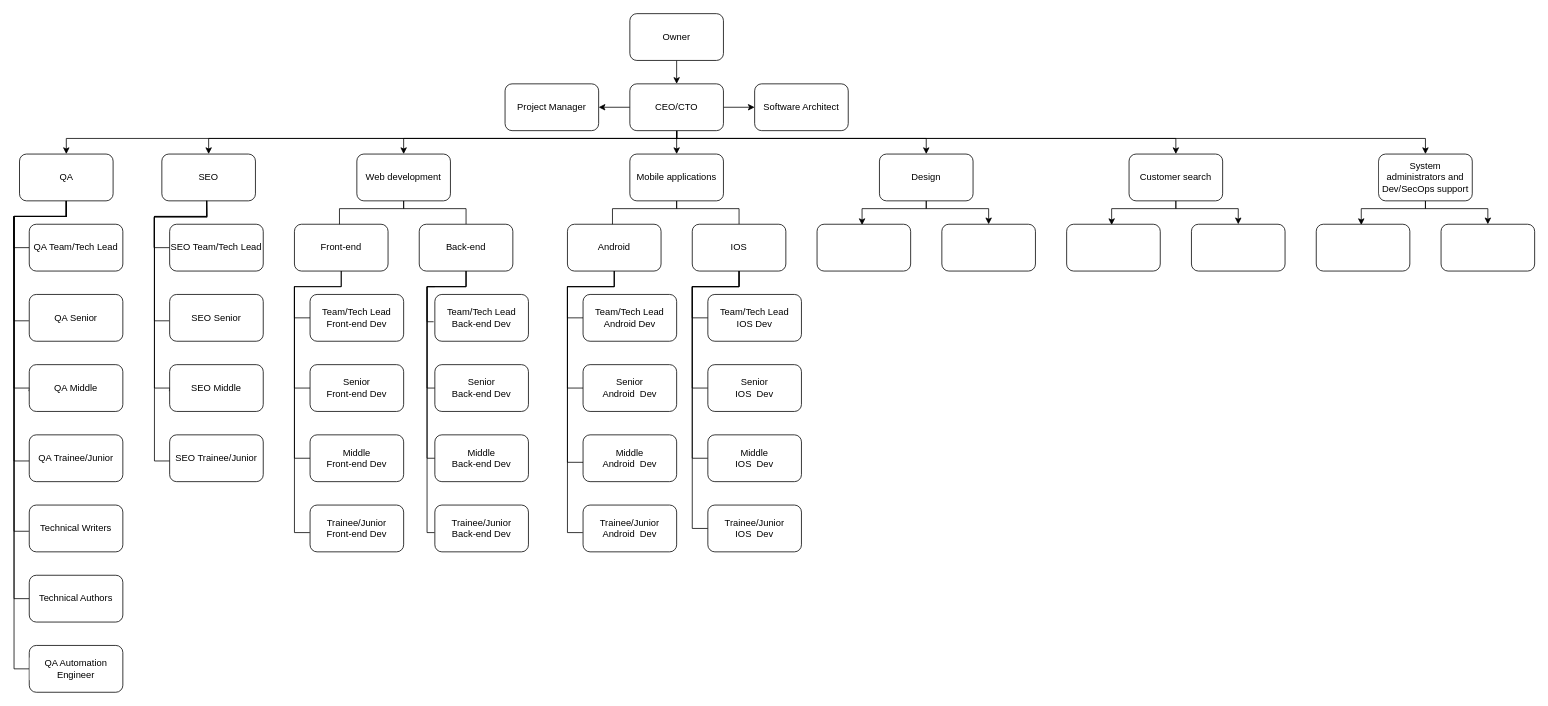
Above: StructurITCompany/LW4.drawio in Kostya217/SoftSkillsLaboratoryWork4 (draw.io), before the change. Source tidied: cells renumbered, new cells numbered last; positions are measured from the earlier drawing's top-left corner, leaving out a move shared by most shapes. Both pictures are drawn from the tidied source at 78%, with x=0, y=0 at pixel (13, 13).
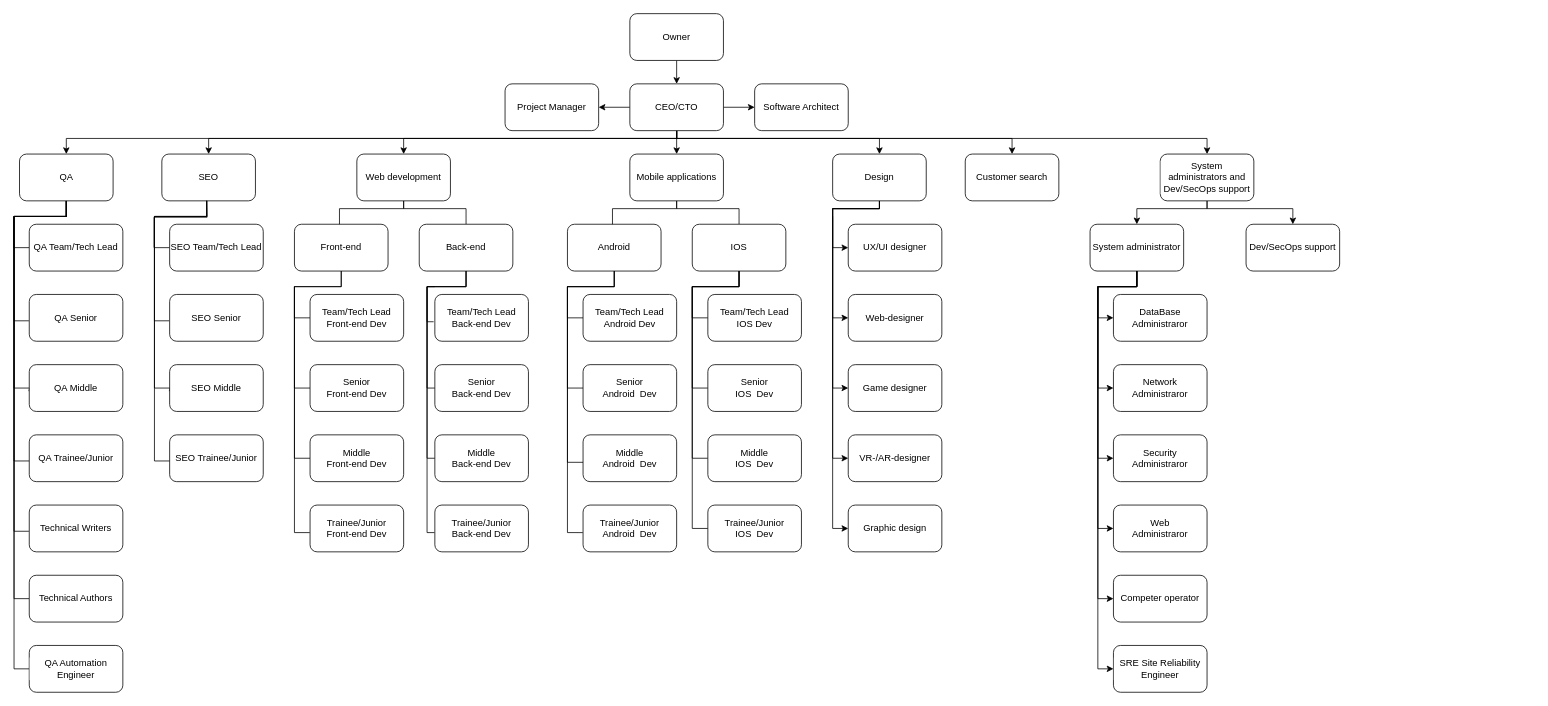
After the change.

Unchanged cells that the change refers to:
```xml
<mxCell id="13" value="CEO/CTO" style="rounded=1;whiteSpace=wrap;html=1;fillColor=default;strokeColor=default;fontColor=default;" parent="1" vertex="1">
  <mxGeometry x="790" y="90" width="120" height="60" as="geometry" />
</mxCell>
```

Diff of the diagram source:
```diff
@@
-    <mxCell id="6" style="edgeStyle=orthogonalEdgeStyle;rounded=0;jettySize=auto;html=1;labelBackgroundColor=default;fontColor=default;strokeColor=default;" parent="1" edge="1" source="13" target="37">
+    <mxCell id="6" style="edgeStyle=orthogonalEdgeStyle;rounded=0;jettySize=auto;html=1;labelBackgroundColor=default;fontColor=default;strokeColor=default;entryX=0.5;entryY=0;entryDx=0;entryDy=0;" parent="1" edge="1" source="13" target="37">
       <mxGeometry relative="1" as="geometry">
         <Array as="points">
           <mxPoint x="850" y="160" />
-          <mxPoint x="1170" y="160" />
+          <mxPoint x="1110" y="160" />
         </Array>
       </mxGeometry>
     </mxCell>
@@
     <mxCell id="8" style="edgeStyle=orthogonalEdgeStyle;rounded=0;jettySize=auto;html=1;entryX=0.5;entryY=0;entryDx=0;entryDy=0;labelBackgroundColor=default;fontColor=default;strokeColor=default;" parent="1" edge="1" source="13" target="43">
       <mxGeometry relative="1" as="geometry">
         <Array as="points">
           <mxPoint x="850" y="160" />
-          <mxPoint x="1490" y="160" />
+          <mxPoint x="1280" y="160" />
         </Array>
       </mxGeometry>
     </mxCell>
     <mxCell id="9" style="edgeStyle=orthogonalEdgeStyle;rounded=0;jettySize=auto;html=1;entryX=0.5;entryY=0;entryDx=0;entryDy=0;labelBackgroundColor=default;fontColor=default;strokeColor=default;" parent="1" edge="1" source="13" target="48">
       <mxGeometry relative="1" as="geometry">
         <Array as="points">
           <mxPoint x="850" y="160" />
-          <mxPoint x="1810" y="160" />
+          <mxPoint x="1530" y="160" />
         </Array>
       </mxGeometry>
     </mxCell>
@@
-    <mxCell id="35" style="edgeStyle=orthogonalEdgeStyle;rounded=0;jettySize=auto;html=1;exitX=0.5;exitY=1;exitDx=0;exitDy=0;entryX=0.481;entryY=0.017;entryDx=0;entryDy=0;entryPerimeter=0;fontColor=default;strokeColor=default;labelBackgroundColor=default;" parent="1" edge="1" source="37" target="38">
+    <mxCell id="35" style="edgeStyle=orthogonalEdgeStyle;rounded=0;jettySize=auto;html=1;exitX=0.5;exitY=1;exitDx=0;exitDy=0;entryX=0;entryY=0.5;entryDx=0;entryDy=0;fontColor=default;strokeColor=default;labelBackgroundColor=default;" parent="1" edge="1" source="37" target="38">
       <mxGeometry relative="1" as="geometry">
         <Array as="points">
-          <mxPoint x="1170" y="250" />
-          <mxPoint x="1088" y="250" />
+          <mxPoint x="1110" y="250" />
+          <mxPoint x="1050" y="250" />
+          <mxPoint x="1050" y="300" />
         </Array>
       </mxGeometry>
     </mxCell>
-    <mxCell id="36" style="edgeStyle=orthogonalEdgeStyle;rounded=0;jettySize=auto;html=1;entryX=0.5;entryY=0;entryDx=0;entryDy=0;labelBackgroundColor=default;fontColor=default;strokeColor=default;" parent="1" edge="1" source="37" target="39">
+    <mxCell id="36" style="edgeStyle=orthogonalEdgeStyle;rounded=0;jettySize=auto;html=1;entryX=0;entryY=0.5;entryDx=0;entryDy=0;labelBackgroundColor=default;fontFamily=Helvetica;fontSize=12;fontColor=default;endArrow=classic;endFill=1;strokeColor=default;strokeWidth=1;fillColor=default;" parent="1" edge="1" source="37" target="39">
       <mxGeometry relative="1" as="geometry">
         <Array as="points">
-          <mxPoint x="1170" y="250" />
-          <mxPoint x="1250" y="250" />
+          <mxPoint x="1110" y="250" />
+          <mxPoint x="1050" y="250" />
+          <mxPoint x="1050" y="390" />
         </Array>
       </mxGeometry>
     </mxCell>
+    <mxCell id="97" style="edgeStyle=orthogonalEdgeStyle;rounded=0;jettySize=auto;html=1;entryX=0;entryY=0.5;entryDx=0;entryDy=0;labelBackgroundColor=default;fontFamily=Helvetica;fontSize=12;fontColor=default;endArrow=classic;endFill=1;strokeColor=default;strokeWidth=1;fillColor=default;" parent="1" edge="1" target="107">
+      <mxGeometry relative="1" as="geometry">
+        <mxPoint x="1050" y="260" as="sourcePoint" />
+        <Array as="points">
+          <mxPoint x="1050" y="480" />
+        </Array>
+      </mxGeometry>
+    </mxCell>
+    <mxCell id="98" style="edgeStyle=orthogonalEdgeStyle;rounded=0;jettySize=auto;html=1;entryX=0;entryY=0.5;entryDx=0;entryDy=0;labelBackgroundColor=default;fontFamily=Helvetica;fontSize=12;fontColor=default;endArrow=classic;endFill=1;strokeColor=default;strokeWidth=1;fillColor=default;" parent="1" edge="1" source="37" target="108">
+      <mxGeometry relative="1" as="geometry">
+        <Array as="points">
+          <mxPoint x="1110" y="250" />
+          <mxPoint x="1050" y="250" />
+          <mxPoint x="1050" y="570" />
+        </Array>
+      </mxGeometry>
+    </mxCell>
+    <mxCell id="99" style="edgeStyle=orthogonalEdgeStyle;rounded=0;jettySize=auto;html=1;entryX=0;entryY=0.5;entryDx=0;entryDy=0;labelBackgroundColor=default;fontFamily=Helvetica;fontSize=12;fontColor=default;endArrow=classic;endFill=1;strokeColor=default;strokeWidth=1;fillColor=default;" parent="1" edge="1" source="37" target="109">
+      <mxGeometry relative="1" as="geometry">
+        <Array as="points">
+          <mxPoint x="1110" y="250" />
+          <mxPoint x="1050" y="250" />
+          <mxPoint x="1050" y="660" />
+        </Array>
+      </mxGeometry>
+    </mxCell>
     <mxCell id="37" value="Design" style="rounded=1;whiteSpace=wrap;html=1;fontColor=default;strokeColor=default;fillColor=default;labelBackgroundColor=default;" parent="1" vertex="1">
-      <mxGeometry x="1110" y="180" width="120" height="60" as="geometry" />
+      <mxGeometry x="1050" y="180" width="120" height="60" as="geometry" />
     </mxCell>
-    <mxCell id="38" style="rounded=1;whiteSpace=wrap;html=1;fontColor=default;strokeColor=default;fillColor=default;labelBackgroundColor=default;" parent="1" vertex="1">
-      <mxGeometry x="1030" y="270" width="120" height="60" as="geometry" />
+    <mxCell id="38" value="UX/UI designer" style="rounded=1;whiteSpace=wrap;html=1;fontColor=default;strokeColor=default;fillColor=default;labelBackgroundColor=default;" parent="1" vertex="1">
+      <mxGeometry x="1070" y="270" width="120" height="60" as="geometry" />
     </mxCell>
-    <mxCell id="39" style="rounded=1;whiteSpace=wrap;html=1;fontColor=default;strokeColor=default;fillColor=default;labelBackgroundColor=default;" parent="1" vertex="1">
-      <mxGeometry x="1190" y="270" width="120" height="60" as="geometry" />
+    <mxCell id="39" value="Web-designer" style="rounded=1;whiteSpace=wrap;html=1;fontColor=default;strokeColor=default;fillColor=default;labelBackgroundColor=default;" parent="1" vertex="1">
+      <mxGeometry x="1070" y="360" width="120" height="60" as="geometry" />
     </mxCell>
@@
-    <mxCell id="41" style="edgeStyle=orthogonalEdgeStyle;rounded=0;jettySize=auto;html=1;exitX=0.5;exitY=1;exitDx=0;exitDy=0;entryX=0.481;entryY=0.017;entryDx=0;entryDy=0;entryPerimeter=0;fontColor=default;strokeColor=default;labelBackgroundColor=default;" parent="1" edge="1" source="43" target="44">
-      <mxGeometry relative="1" as="geometry">
-        <Array as="points">
-          <mxPoint x="1490" y="250" />
-          <mxPoint x="1408" y="250" />
-        </Array>
-      </mxGeometry>
-    </mxCell>
-    <mxCell id="42" style="edgeStyle=orthogonalEdgeStyle;rounded=0;jettySize=auto;html=1;entryX=0.5;entryY=0;entryDx=0;entryDy=0;labelBackgroundColor=default;fontColor=default;strokeColor=default;" parent="1" edge="1" source="43" target="45">
-      <mxGeometry relative="1" as="geometry">
-        <Array as="points">
-          <mxPoint x="1490" y="250" />
-          <mxPoint x="1570" y="250" />
-        </Array>
-      </mxGeometry>
-    </mxCell>
     <mxCell id="43" value="Customer search" style="rounded=1;whiteSpace=wrap;html=1;fontColor=default;strokeColor=default;fillColor=default;labelBackgroundColor=default;" parent="1" vertex="1">
-      <mxGeometry x="1430" y="180" width="120" height="60" as="geometry" />
+      <mxGeometry x="1220" y="180" width="120" height="60" as="geometry" />
     </mxCell>
-    <mxCell id="44" style="rounded=1;whiteSpace=wrap;html=1;fontColor=default;strokeColor=default;fillColor=default;labelBackgroundColor=default;" parent="1" vertex="1">
-      <mxGeometry x="1350" y="270" width="120" height="60" as="geometry" />
-    </mxCell>
-    <mxCell id="45" style="rounded=1;whiteSpace=wrap;html=1;fontColor=default;strokeColor=default;fillColor=default;labelBackgroundColor=default;" parent="1" vertex="1">
-      <mxGeometry x="1510" y="270" width="120" height="60" as="geometry" />
-    </mxCell>
-    <mxCell id="46" style="edgeStyle=orthogonalEdgeStyle;rounded=0;jettySize=auto;html=1;exitX=0.5;exitY=1;exitDx=0;exitDy=0;entryX=0.481;entryY=0.017;entryDx=0;entryDy=0;entryPerimeter=0;fontColor=default;strokeColor=default;labelBackgroundColor=default;" parent="1" edge="1" source="48" target="49">
-      <mxGeometry relative="1" as="geometry">
-        <Array as="points">
-          <mxPoint x="1810" y="250" />
-          <mxPoint x="1728" y="250" />
-        </Array>
-      </mxGeometry>
-    </mxCell>
     <mxCell id="47" style="edgeStyle=orthogonalEdgeStyle;rounded=0;jettySize=auto;html=1;entryX=0.5;entryY=0;entryDx=0;entryDy=0;labelBackgroundColor=default;fontColor=default;strokeColor=default;" parent="1" edge="1" source="48" target="50">
       <mxGeometry relative="1" as="geometry">
         <Array as="points">
-          <mxPoint x="1810" y="250" />
-          <mxPoint x="1890" y="250" />
+          <mxPoint x="1530" y="250" />
+          <mxPoint x="1440" y="250" />
         </Array>
       </mxGeometry>
     </mxCell>
+    <mxCell id="100" style="edgeStyle=orthogonalEdgeStyle;rounded=0;jettySize=auto;html=1;entryX=0.5;entryY=0;entryDx=0;entryDy=0;labelBackgroundColor=default;fontFamily=Helvetica;fontSize=12;fontColor=default;endArrow=classic;endFill=1;strokeColor=default;strokeWidth=1;fillColor=default;" parent="1" edge="1" source="48" target="115">
+      <mxGeometry relative="1" as="geometry">
+        <Array as="points">
+          <mxPoint x="1530" y="250" />
+          <mxPoint x="1640" y="250" />
+        </Array>
+      </mxGeometry>
+    </mxCell>
     <mxCell id="48" value="System administrators and Dev/SecOps support" style="rounded=1;whiteSpace=wrap;html=1;fontColor=default;strokeColor=default;fillColor=default;labelBackgroundColor=default;" parent="1" vertex="1">
-      <mxGeometry x="1750" y="180" width="120" height="60" as="geometry" />
+      <mxGeometry x="1470" y="180" width="120" height="60" as="geometry" />
     </mxCell>
-    <mxCell id="49" style="rounded=1;whiteSpace=wrap;html=1;fontColor=default;strokeColor=default;fillColor=default;labelBackgroundColor=default;" parent="1" vertex="1">
-      <mxGeometry x="1670" y="270" width="120" height="60" as="geometry" />
+    <mxCell id="49" value="DataBase&lt;br&gt;Administraror" style="rounded=1;whiteSpace=wrap;html=1;fontColor=default;strokeColor=default;fillColor=default;labelBackgroundColor=default;" parent="1" vertex="1">
+      <mxGeometry x="1410" y="360" width="120" height="60" as="geometry" />
     </mxCell>
+    <mxCell id="101" style="edgeStyle=orthogonalEdgeStyle;rounded=0;jettySize=auto;html=1;entryX=0;entryY=0.5;entryDx=0;entryDy=0;labelBackgroundColor=default;fontFamily=Helvetica;fontSize=12;fontColor=default;endArrow=classic;endFill=1;strokeColor=default;strokeWidth=1;fillColor=default;" parent="1" edge="1" source="50" target="49">
+      <mxGeometry relative="1" as="geometry" />
+    </mxCell>
+    <mxCell id="102" style="edgeStyle=orthogonalEdgeStyle;rounded=0;jettySize=auto;html=1;entryX=0;entryY=0.5;entryDx=0;entryDy=0;labelBackgroundColor=default;fontFamily=Helvetica;fontSize=12;fontColor=default;endArrow=classic;endFill=1;strokeColor=default;strokeWidth=1;fillColor=default;" parent="1" edge="1" source="50" target="110">
+      <mxGeometry relative="1" as="geometry">
+        <Array as="points">
+          <mxPoint x="1440" y="350" />
+          <mxPoint x="1390" y="350" />
+          <mxPoint x="1390" y="480" />
+        </Array>
+      </mxGeometry>
+    </mxCell>
+    <mxCell id="103" style="edgeStyle=orthogonalEdgeStyle;rounded=0;jettySize=auto;html=1;entryX=0;entryY=0.5;entryDx=0;entryDy=0;labelBackgroundColor=default;fontFamily=Helvetica;fontSize=12;fontColor=default;endArrow=classic;endFill=1;strokeColor=default;strokeWidth=1;fillColor=default;" parent="1" edge="1" source="50" target="111">
+      <mxGeometry relative="1" as="geometry">
+        <Array as="points">
+          <mxPoint x="1440" y="350" />
+          <mxPoint x="1390" y="350" />
+          <mxPoint x="1390" y="570" />
+        </Array>
+      </mxGeometry>
+    </mxCell>
+    <mxCell id="104" style="edgeStyle=orthogonalEdgeStyle;rounded=0;jettySize=auto;html=1;entryX=0;entryY=0.5;entryDx=0;entryDy=0;labelBackgroundColor=default;fontFamily=Helvetica;fontSize=12;fontColor=default;endArrow=classic;endFill=1;strokeColor=default;strokeWidth=1;fillColor=default;" parent="1" edge="1" source="50" target="112">
+      <mxGeometry relative="1" as="geometry">
+        <Array as="points">
+          <mxPoint x="1440" y="350" />
+          <mxPoint x="1390" y="350" />
+          <mxPoint x="1390" y="660" />
+        </Array>
+      </mxGeometry>
+    </mxCell>
+    <mxCell id="105" style="edgeStyle=orthogonalEdgeStyle;rounded=0;jettySize=auto;html=1;entryX=0;entryY=0.5;entryDx=0;entryDy=0;labelBackgroundColor=default;fontFamily=Helvetica;fontSize=12;fontColor=default;endArrow=classic;endFill=1;strokeColor=default;strokeWidth=1;fillColor=default;" parent="1" edge="1" source="50" target="113">
+      <mxGeometry relative="1" as="geometry">
+        <Array as="points">
+          <mxPoint x="1440" y="350" />
+          <mxPoint x="1390" y="350" />
+          <mxPoint x="1390" y="750" />
+        </Array>
+      </mxGeometry>
+    </mxCell>
+    <mxCell id="106" style="edgeStyle=orthogonalEdgeStyle;rounded=0;jettySize=auto;html=1;entryX=0;entryY=0.5;entryDx=0;entryDy=0;labelBackgroundColor=default;fontFamily=Helvetica;fontSize=12;fontColor=default;endArrow=classic;endFill=1;strokeColor=default;strokeWidth=1;fillColor=default;" parent="1" edge="1" source="50" target="114">
+      <mxGeometry relative="1" as="geometry">
+        <Array as="points">
+          <mxPoint x="1440" y="350" />
+          <mxPoint x="1390" y="350" />
+          <mxPoint x="1390" y="840" />
+        </Array>
+      </mxGeometry>
+    </mxCell>
-    <mxCell id="50" style="rounded=1;whiteSpace=wrap;html=1;fontColor=default;strokeColor=default;fillColor=default;labelBackgroundColor=default;" parent="1" vertex="1">
-      <mxGeometry x="1830" y="270" width="120" height="60" as="geometry" />
+    <mxCell id="50" value="System administrator" style="rounded=1;whiteSpace=wrap;html=1;fontColor=default;strokeColor=default;fillColor=default;labelBackgroundColor=default;" parent="1" vertex="1">
+      <mxGeometry x="1380" y="270" width="120" height="60" as="geometry" />
     </mxCell>
@@
+    <mxCell id="107" value="Game designer" style="rounded=1;whiteSpace=wrap;html=1;fontColor=default;strokeColor=default;fillColor=default;labelBackgroundColor=default;" parent="1" vertex="1">
+      <mxGeometry x="1070" y="450" width="120" height="60" as="geometry" />
+    </mxCell>
+    <mxCell id="108" value="VR-/AR-designer" style="rounded=1;whiteSpace=wrap;html=1;fontColor=default;strokeColor=default;fillColor=default;labelBackgroundColor=default;" parent="1" vertex="1">
+      <mxGeometry x="1070" y="540" width="120" height="60" as="geometry" />
+    </mxCell>
+    <mxCell id="109" value="Graphic design" style="rounded=1;whiteSpace=wrap;html=1;fontColor=default;strokeColor=default;fillColor=default;labelBackgroundColor=default;" parent="1" vertex="1">
+      <mxGeometry x="1070" y="630" width="120" height="60" as="geometry" />
+    </mxCell>
+    <mxCell id="110" value="Network&lt;br&gt;Administraror" style="rounded=1;whiteSpace=wrap;html=1;fontColor=default;strokeColor=default;fillColor=default;labelBackgroundColor=default;" parent="1" vertex="1">
+      <mxGeometry x="1410" y="450" width="120" height="60" as="geometry" />
+    </mxCell>
+    <mxCell id="111" value="Security&lt;br&gt;Administraror" style="rounded=1;whiteSpace=wrap;html=1;fontColor=default;strokeColor=default;fillColor=default;labelBackgroundColor=default;" parent="1" vertex="1">
+      <mxGeometry x="1410" y="540" width="120" height="60" as="geometry" />
+    </mxCell>
+    <mxCell id="112" value="Web&lt;br&gt;Administraror" style="rounded=1;whiteSpace=wrap;html=1;fontColor=default;strokeColor=default;fillColor=default;labelBackgroundColor=default;" parent="1" vertex="1">
+      <mxGeometry x="1410" y="630" width="120" height="60" as="geometry" />
+    </mxCell>
+    <mxCell id="113" value="Competer operator" style="rounded=1;whiteSpace=wrap;html=1;fontColor=default;strokeColor=default;fillColor=default;labelBackgroundColor=default;" parent="1" vertex="1">
+      <mxGeometry x="1410" y="720" width="120" height="60" as="geometry" />
+    </mxCell>
+    <mxCell id="114" value="&lt;font style=&quot;font-size: 12px&quot;&gt;&lt;span style=&quot;text-align: left;&quot;&gt;SRE Site Reliability Engineer&lt;/span&gt;&lt;/font&gt;" style="rounded=1;whiteSpace=wrap;html=1;fontColor=default;strokeColor=default;fillColor=default;labelBackgroundColor=default;" parent="1" vertex="1">
+      <mxGeometry x="1410" y="810" width="120" height="60" as="geometry" />
+    </mxCell>
+    <mxCell id="115" value="Dev/SecOps support" style="rounded=1;whiteSpace=wrap;html=1;fontColor=default;strokeColor=default;fillColor=default;labelBackgroundColor=default;" parent="1" vertex="1">
+      <mxGeometry x="1580" y="270" width="120" height="60" as="geometry" />
+    </mxCell>
```
